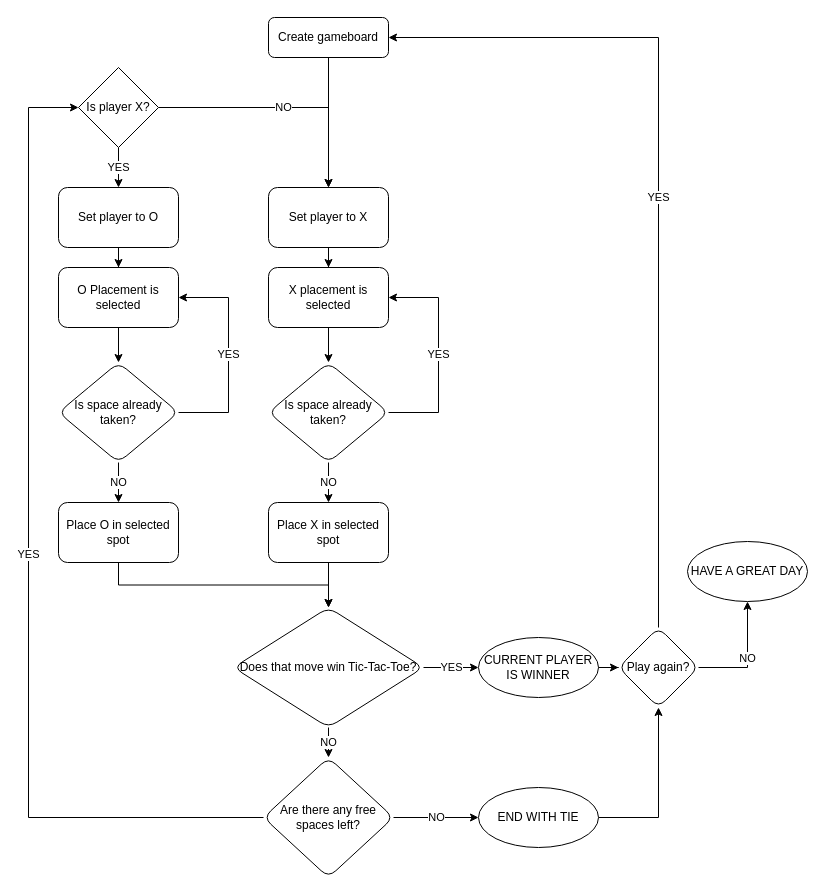
The draw.io diagram TTT_Overall_Flow.drawio in JonnyG7613/Tic-Tac-Toe, before the edit. Source tidied: cells renumbered, new cells numbered last; positions are measured from the earlier drawing's top-left corner, leaving out a move shared by most shapes. Both pictures are drawn from the tidied source at 100%, with x=0, y=0 at pixel (28, 17).
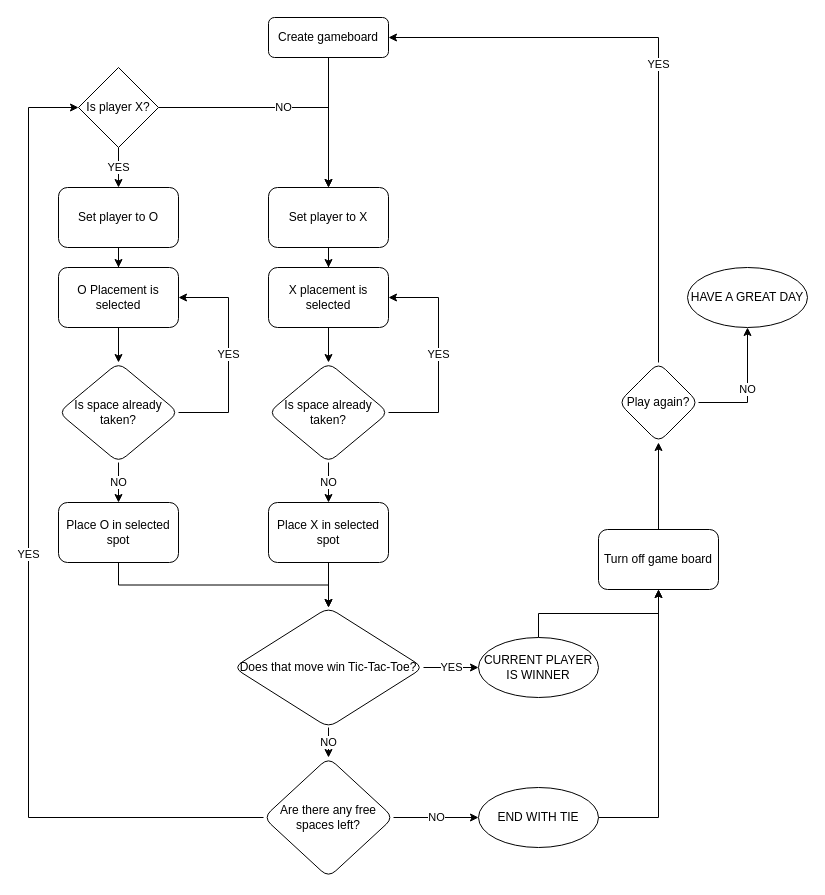
After the change.

Unchanged cells that the change refers to:
```xml
<mxCell id="22" value="END WITH TIE" style="ellipse;whiteSpace=wrap;html=1;rounded=1;glass=0;strokeWidth=1;shadow=0;" parent="1" vertex="1">
  <mxGeometry x="450" y="770" width="120" height="60" as="geometry" />
</mxCell>
<mxCell id="34" value="CURRENT PLAYER IS WINNER" style="ellipse;whiteSpace=wrap;html=1;rounded=1;glass=0;strokeWidth=1;shadow=0;" parent="1" vertex="1">
  <mxGeometry x="450" y="620" width="120" height="60" as="geometry" />
</mxCell>
```

The edit, as a diff of the source:
```diff
@@
-    <mxCell id="21" style="edgeStyle=orthogonalEdgeStyle;rounded=0;jettySize=auto;html=1;exitX=1;exitY=0.5;exitDx=0;exitDy=0;" parent="1" edge="1" source="22" target="37">
+    <mxCell id="21" style="edgeStyle=orthogonalEdgeStyle;rounded=0;jettySize=auto;html=1;exitX=1;exitY=0.5;exitDx=0;exitDy=0;entryX=0.5;entryY=1;entryDx=0;entryDy=0;" parent="1" edge="1" source="22" target="40">
       <mxGeometry relative="1" as="geometry" />
     </mxCell>
@@
-    <mxCell id="33" style="edgeStyle=orthogonalEdgeStyle;rounded=0;jettySize=auto;html=1;" parent="1" edge="1" source="34" target="37">
+    <mxCell id="33" style="edgeStyle=orthogonalEdgeStyle;rounded=0;jettySize=auto;html=1;entryX=0.5;entryY=1;entryDx=0;entryDy=0;" parent="1" edge="1" source="34" target="40">
       <mxGeometry relative="1" as="geometry" />
     </mxCell>
@@
     <mxCell id="37" value="Play again?" style="rhombus;whiteSpace=wrap;html=1;rounded=1;glass=0;strokeWidth=1;shadow=0;" parent="1" vertex="1">
-      <mxGeometry x="590" y="610" width="80" height="80" as="geometry" />
+      <mxGeometry x="590" y="345" width="80" height="80" as="geometry" />
     </mxCell>
     <mxCell id="38" value="HAVE A GREAT DAY" style="ellipse;whiteSpace=wrap;html=1;rounded=1;glass=0;strokeWidth=1;shadow=0;" parent="1" vertex="1">
-      <mxGeometry x="659" y="524" width="120" height="60" as="geometry" />
+      <mxGeometry x="659" y="250" width="120" height="60" as="geometry" />
     </mxCell>
+    <mxCell id="39" style="edgeStyle=none;html=1;" parent="1" edge="1" source="40" target="37">
+      <mxGeometry relative="1" as="geometry" />
+    </mxCell>
+    <mxCell id="40" value="Turn off game board" style="rounded=1;whiteSpace=wrap;html=1;" parent="1" vertex="1">
+      <mxGeometry x="570" y="512" width="120" height="60" as="geometry" />
+    </mxCell>
```
